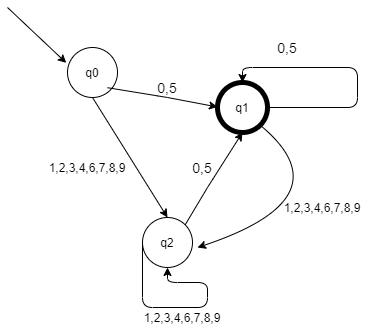
The draw.io diagram Untitled Diagram.png in strateg1939/hello_world, before a commit. Source tidied: cells renumbered, new cells last; positions are measured from the earlier drawing's top-left corner, leaving out a move shared by most shapes. Source of this version:
```xml
<mxGraphModel>
  <root>
    <mxCell id="0" />
    <mxCell id="1" parent="0" />
    <mxCell id="2" style="ellipse;whiteSpace=wrap;html=1;" parent="1" vertex="1">
      <mxGeometry x="60" y="40" width="50" height="50" as="geometry" />
    </mxCell>
    <mxCell id="3" value="q0" style="text;html=1;strokeColor=none;fillColor=none;align=center;verticalAlign=middle;whiteSpace=wrap;rounded=0;" parent="1" vertex="1">
      <mxGeometry x="65" y="55" width="40" height="20" as="geometry" />
    </mxCell>
    <mxCell id="4" style="endArrow=classic;html=1;entryX=-0.025;entryY=0.308;entryDx=0;entryDy=0;entryPerimeter=0;" parent="1" edge="1" target="2">
      <mxGeometry relative="1" as="geometry">
        <mxPoint as="sourcePoint" />
      </mxGeometry>
    </mxCell>
    <mxCell id="5" style="ellipse;whiteSpace=wrap;html=1;strokeWidth=5;" parent="1" vertex="1">
      <mxGeometry x="210" y="75" width="50" height="50" as="geometry" />
    </mxCell>
    <mxCell id="6" value="q1" style="text;html=1;strokeColor=none;fillColor=none;align=center;verticalAlign=middle;whiteSpace=wrap;rounded=0;" parent="1" vertex="1">
      <mxGeometry x="215" y="90" width="40" height="20" as="geometry" />
    </mxCell>
    <mxCell id="7" value="&lt;font style=&quot;font-size: 14px&quot;&gt;0,5&lt;/font&gt;" style="text;html=1;strokeColor=none;fillColor=none;align=center;verticalAlign=middle;whiteSpace=wrap;rounded=0;" parent="1" vertex="1">
      <mxGeometry x="140" y="70" width="40" height="20" as="geometry" />
    </mxCell>
    <mxCell id="8" style="endArrow=classic;html=1;exitX=0.8;exitY=0.804;exitDx=0;exitDy=0;exitPerimeter=0;" parent="1" edge="1" source="2">
      <mxGeometry relative="1" as="geometry">
        <mxPoint x="210" y="99.5" as="targetPoint" />
        <Array as="points">
          <mxPoint x="160" y="90" />
        </Array>
      </mxGeometry>
    </mxCell>
    <mxCell id="9" style="edgeStyle=segmentEdgeStyle;endArrow=classic;html=1;entryX=0.5;entryY=0;entryDx=0;entryDy=0;" parent="1" edge="1" target="5">
      <mxGeometry relative="1" as="geometry">
        <mxPoint x="260" y="100" as="sourcePoint" />
        <Array as="points">
          <mxPoint x="350" y="100" />
          <mxPoint x="350" y="60" />
          <mxPoint x="235" y="60" />
        </Array>
      </mxGeometry>
    </mxCell>
    <mxCell id="10" value="&lt;font style=&quot;font-size: 14px&quot;&gt;0,5&lt;/font&gt;" style="text;html=1;strokeColor=none;fillColor=none;align=center;verticalAlign=middle;whiteSpace=wrap;rounded=0;" parent="1" vertex="1">
      <mxGeometry x="260" y="30" width="40" height="20" as="geometry" />
    </mxCell>
    <mxCell id="11" style="ellipse;whiteSpace=wrap;html=1;strokeWidth=1;" parent="1" vertex="1">
      <mxGeometry x="135" y="210" width="50" height="50" as="geometry" />
    </mxCell>
    <mxCell id="12" style="endArrow=classic;html=1;entryX=0.5;entryY=0;entryDx=0;entryDy=0;exitX=0.5;exitY=1;exitDx=0;exitDy=0;" parent="1" edge="1" source="2" target="11">
      <mxGeometry relative="1" as="geometry" />
    </mxCell>
    <mxCell id="13" value="q2" style="text;html=1;strokeColor=none;fillColor=none;align=center;verticalAlign=middle;whiteSpace=wrap;rounded=0;" parent="1" vertex="1">
      <mxGeometry x="140" y="225" width="40" height="20" as="geometry" />
    </mxCell>
    <mxCell id="14" style="endArrow=classic;html=1;exitX=1;exitY=0;exitDx=0;exitDy=0;entryX=0.5;entryY=1;entryDx=0;entryDy=0;" parent="1" edge="1" source="11" target="5">
      <mxGeometry relative="1" as="geometry">
        <Array as="points">
          <mxPoint x="200" y="180" />
        </Array>
      </mxGeometry>
    </mxCell>
    <mxCell id="15" style="edgeStyle=segmentEdgeStyle;endArrow=classic;html=1;entryX=0.5;entryY=1;entryDx=0;entryDy=0;exitX=0;exitY=0.5;exitDx=0;exitDy=0;" parent="1" edge="1" source="11" target="11">
      <mxGeometry relative="1" as="geometry">
        <Array as="points">
          <mxPoint x="135" y="300" />
          <mxPoint x="200" y="300" />
          <mxPoint x="200" y="275" />
          <mxPoint x="160" y="275" />
        </Array>
      </mxGeometry>
    </mxCell>
    <mxCell id="16" style="curved=1;endArrow=classic;html=1;exitX=1;exitY=1;exitDx=0;exitDy=0;" parent="1" edge="1" source="5">
      <mxGeometry relative="1" as="geometry">
        <mxPoint x="190" y="240" as="targetPoint" />
        <Array as="points">
          <mxPoint x="340" y="190" />
        </Array>
      </mxGeometry>
    </mxCell>
    <mxCell id="17" value="1,2,3,4,6,7,8,9" style="text;html=1;strokeColor=none;fillColor=none;align=center;verticalAlign=middle;whiteSpace=wrap;rounded=0;" parent="1" vertex="1">
      <mxGeometry x="25" y="150" width="110" height="20" as="geometry" />
    </mxCell>
    <mxCell id="18" value="&lt;font style=&quot;font-size: 14px&quot;&gt;0,5&lt;/font&gt;" style="text;html=1;strokeColor=none;fillColor=none;align=center;verticalAlign=middle;whiteSpace=wrap;rounded=0;" parent="1" vertex="1">
      <mxGeometry x="175" y="150" width="40" height="20" as="geometry" />
    </mxCell>
    <mxCell id="19" value="1,2,3,4,6,7,8,9" style="text;html=1;strokeColor=none;fillColor=none;align=center;verticalAlign=middle;whiteSpace=wrap;rounded=0;" parent="1" vertex="1">
      <mxGeometry x="120" y="300" width="110" height="20" as="geometry" />
    </mxCell>
    <mxCell id="20" value="1,2,3,4,6,7,8,9" style="text;html=1;strokeColor=none;fillColor=none;align=center;verticalAlign=middle;whiteSpace=wrap;rounded=0;" parent="1" vertex="1">
      <mxGeometry x="260" y="190" width="110" height="20" as="geometry" />
    </mxCell>
  </root>
</mxGraphModel>
```
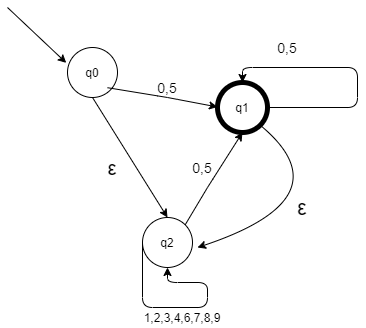
The same file after the commit.

What changed in the source:
```diff
@@ -77,8 +77,8 @@
         </Array>
       </mxGeometry>
     </mxCell>
-    <mxCell id="17" value="1,2,3,4,6,7,8,9" style="text;html=1;strokeColor=none;fillColor=none;align=center;verticalAlign=middle;whiteSpace=wrap;rounded=0;" parent="1" vertex="1">
-      <mxGeometry x="25" y="150" width="110" height="20" as="geometry" />
+    <mxCell id="17" value="&lt;span style=&quot;font-family: &amp;#34;arial&amp;#34;&quot;&gt;&lt;font style=&quot;font-size: 21px&quot;&gt;ε&lt;/font&gt;&lt;/span&gt;" style="text;html=1;strokeColor=none;fillColor=none;align=center;verticalAlign=middle;whiteSpace=wrap;rounded=0;" parent="1" vertex="1">
+      <mxGeometry x="50" y="150" width="110" height="20" as="geometry" />
     </mxCell>
     <mxCell id="18" value="&lt;font style=&quot;font-size: 14px&quot;&gt;0,5&lt;/font&gt;" style="text;html=1;strokeColor=none;fillColor=none;align=center;verticalAlign=middle;whiteSpace=wrap;rounded=0;" parent="1" vertex="1">
       <mxGeometry x="175" y="150" width="40" height="20" as="geometry" />
@@ -86,8 +86,8 @@
     <mxCell id="19" value="1,2,3,4,6,7,8,9" style="text;html=1;strokeColor=none;fillColor=none;align=center;verticalAlign=middle;whiteSpace=wrap;rounded=0;" parent="1" vertex="1">
       <mxGeometry x="120" y="300" width="110" height="20" as="geometry" />
     </mxCell>
-    <mxCell id="20" value="1,2,3,4,6,7,8,9" style="text;html=1;strokeColor=none;fillColor=none;align=center;verticalAlign=middle;whiteSpace=wrap;rounded=0;" parent="1" vertex="1">
-      <mxGeometry x="260" y="190" width="110" height="20" as="geometry" />
+    <mxCell id="20" value="&lt;span style=&quot;font-family: &amp;#34;arial&amp;#34;&quot;&gt;&lt;font style=&quot;font-size: 22px&quot;&gt;ε&lt;/font&gt;&lt;/span&gt;" style="text;html=1;strokeColor=none;fillColor=none;align=center;verticalAlign=middle;whiteSpace=wrap;rounded=0;" parent="1" vertex="1">
+      <mxGeometry x="240" y="190" width="110" height="20" as="geometry" />
     </mxCell>
   </root>
 </mxGraphModel>
```
